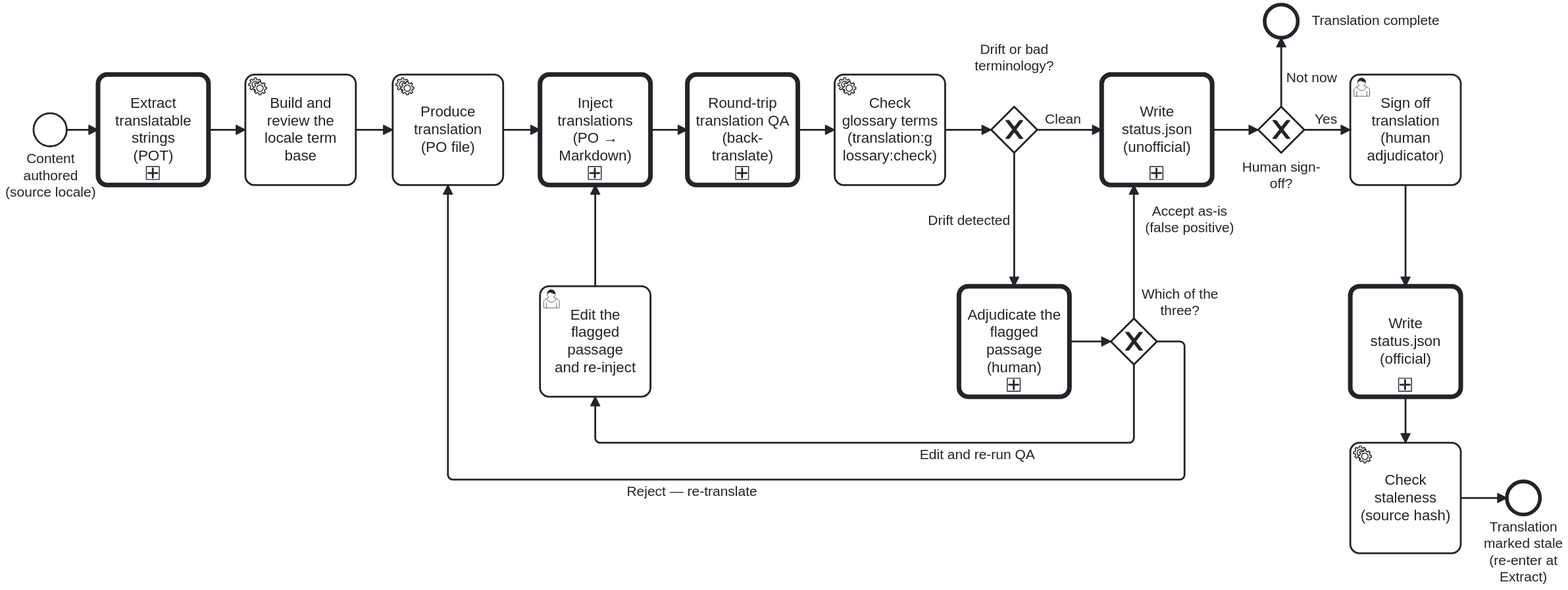
litlfred/cat-harness keeps this BPMN diagram as library/processes/translation-workflow.svg. Above is the earlier version. Its source is kept beside it as library/processes/translation-workflow.bpmn. Ids are renumbered.
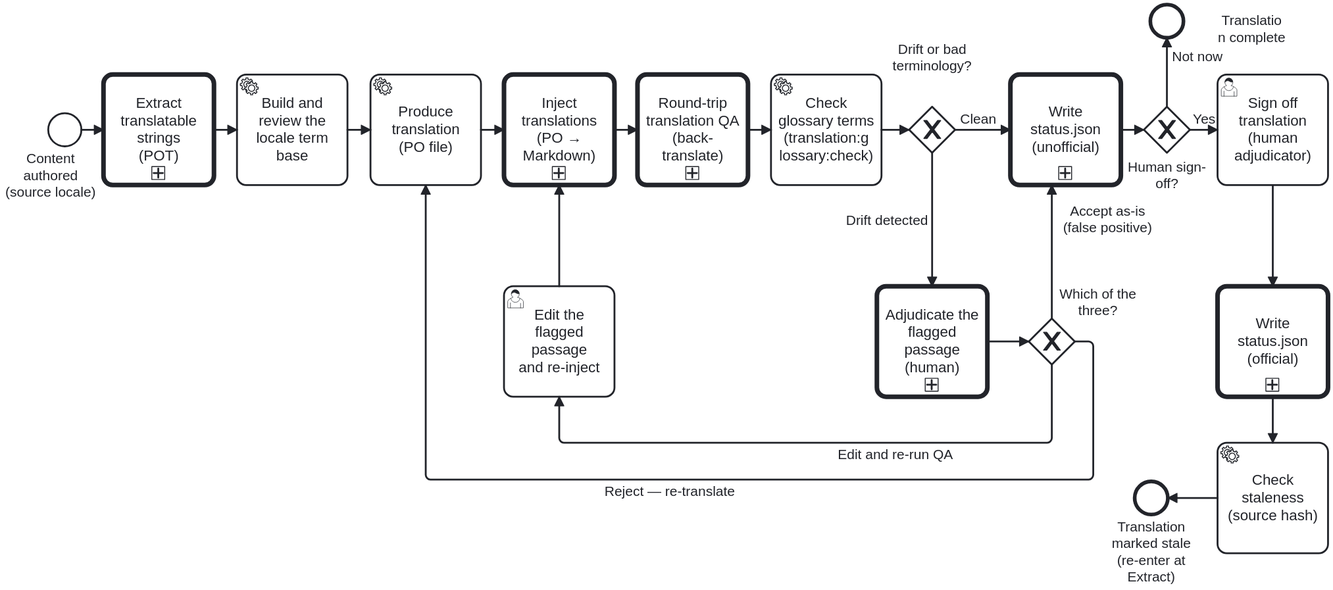
Above is the later version.

Commit message:
fix(processes): bring 4 near-budget BPMN diagrams under 1400 px width (folio-assistant-k6dz)

What changed in the source:
```diff
@@ -274,155 +274,155 @@
     <bpmndi:BPMNPlane id="Plane_Translation" bpmnElement="Process_Translation">
       <bpmndi:BPMNShape id="Start_ContentAuthored_di" bpmnElement="Start_ContentAuthored">
         <dc:Bounds x="160" y="142" width="36" height="36" />
-        <bpmndi:BPMNLabel><dc:Bounds x="128" y="183" width="100" height="36" /></bpmndi:BPMNLabel>
+        <bpmndi:BPMNLabel><dc:Bounds x="112" y="183" width="100" height="36" /></bpmndi:BPMNLabel>
       </bpmndi:BPMNShape>
       <bpmndi:BPMNShape id="Task_PotExtract_di" bpmnElement="Task_PotExtract">
-        <dc:Bounds x="230" y="100" width="120" height="120" />
+        <dc:Bounds x="220" y="100" width="120" height="120" />
       </bpmndi:BPMNShape>
       <bpmndi:BPMNShape id="Task_Translate_di" bpmnElement="Task_Translate">
-        <dc:Bounds x="550" y="100" width="120" height="120" />
+        <dc:Bounds x="510" y="100" width="120" height="120" />
       </bpmndi:BPMNShape>
       <bpmndi:BPMNShape id="Task_PoInject_di" bpmnElement="Task_PoInject">
-        <dc:Bounds x="710" y="100" width="120" height="120" />
+        <dc:Bounds x="655" y="100" width="120" height="120" />
       </bpmndi:BPMNShape>
       <bpmndi:BPMNShape id="Task_RoundTripQA_di" bpmnElement="Task_RoundTripQA">
-        <dc:Bounds x="870" y="100" width="120" height="120" />
+        <dc:Bounds x="800" y="100" width="120" height="120" />
       </bpmndi:BPMNShape>
       <bpmndi:BPMNShape id="Gateway_Drift_di" bpmnElement="Gateway_Drift" isMarkerVisible="true">
-        <dc:Bounds x="1200" y="135" width="50" height="50" />
-        <bpmndi:BPMNLabel><dc:Bounds x="1175" y="64" width="100" height="54" /></bpmndi:BPMNLabel>
+        <dc:Bounds x="1095" y="135" width="50" height="50" />
+        <bpmndi:BPMNLabel><dc:Bounds x="1070" y="64" width="100" height="54" /></bpmndi:BPMNLabel>
       </bpmndi:BPMNShape>
       <bpmndi:BPMNShape id="Task_WriteUnofficial_di" bpmnElement="Task_WriteUnofficial">
-        <dc:Bounds x="1320" y="100" width="120" height="120" />
+        <dc:Bounds x="1205" y="100" width="120" height="120" />
       </bpmndi:BPMNShape>
       <bpmndi:BPMNShape id="Gateway_Signoff_di" bpmnElement="Gateway_Signoff" isMarkerVisible="true">
-        <dc:Bounds x="1490" y="135" width="50" height="50" />
-        <bpmndi:BPMNLabel><dc:Bounds x="1470" y="192" width="90" height="18" /></bpmndi:BPMNLabel>
+        <dc:Bounds x="1350" y="135" width="50" height="50" />
+        <bpmndi:BPMNLabel><dc:Bounds x="1330" y="192" width="90" height="18" /></bpmndi:BPMNLabel>
       </bpmndi:BPMNShape>
       <bpmndi:BPMNShape id="End_TranslationComplete_di" bpmnElement="End_TranslationComplete">
-        <dc:Bounds x="1497" y="24" width="36" height="36" />
-        <bpmndi:BPMNLabel><dc:Bounds x="1542" y="33" width="150" height="18" /></bpmndi:BPMNLabel>
+        <dc:Bounds x="1357" y="24" width="36" height="36" />
+        <bpmndi:BPMNLabel><dc:Bounds x="1402" y="33" width="130" height="18" /></bpmndi:BPMNLabel>
       </bpmndi:BPMNShape>
       <bpmndi:BPMNShape id="Task_Signoff_di" bpmnElement="Task_Signoff">
-        <dc:Bounds x="1590" y="100" width="120" height="120" />
+        <dc:Bounds x="1430" y="100" width="120" height="120" />
       </bpmndi:BPMNShape>
       <bpmndi:BPMNShape id="Task_Adjudicate_di" bpmnElement="Task_Adjudicate">
-        <dc:Bounds x="1165" y="330" width="120" height="120" />
+        <dc:Bounds x="1060" y="330" width="120" height="120" />
       </bpmndi:BPMNShape>
       <bpmndi:BPMNShape id="Gateway_PostQA_di" bpmnElement="Gateway_PostQA" isMarkerVisible="true">
-        <dc:Bounds x="1330" y="365" width="50" height="50" />
-        <bpmndi:BPMNLabel><dc:Bounds x="1365" y="330" width="80" height="36" /></bpmndi:BPMNLabel>
+        <dc:Bounds x="1225" y="365" width="50" height="50" />
+        <bpmndi:BPMNLabel><dc:Bounds x="1260" y="330" width="80" height="36" /></bpmndi:BPMNLabel>
       </bpmndi:BPMNShape>
       <bpmndi:BPMNShape id="Task_EditTranslation_di" bpmnElement="Task_EditTranslation">
-        <dc:Bounds x="710" y="330" width="120" height="120" />
+        <dc:Bounds x="655" y="330" width="120" height="120" />
       </bpmndi:BPMNShape>
       <bpmndi:BPMNShape id="Task_WriteOfficial_di" bpmnElement="Task_WriteOfficial">
-        <dc:Bounds x="1590" y="330" width="120" height="120" />
+        <dc:Bounds x="1430" y="330" width="120" height="120" />
       </bpmndi:BPMNShape>
       <bpmndi:BPMNShape id="Task_StalenessCheck_di" bpmnElement="Task_StalenessCheck">
-        <dc:Bounds x="1590" y="500" width="120" height="120" />
+        <dc:Bounds x="1430" y="500" width="120" height="120" />
       </bpmndi:BPMNShape>
       <bpmndi:BPMNShape id="End_Stale_di" bpmnElement="End_Stale">
-        <dc:Bounds x="1760" y="542" width="36" height="36" />
-        <bpmndi:BPMNLabel><dc:Bounds x="1728" y="583" width="100" height="54" /></bpmndi:BPMNLabel>
+        <dc:Bounds x="1340" y="542" width="36" height="36" />
+        <bpmndi:BPMNLabel><dc:Bounds x="1308" y="583" width="100" height="54" /></bpmndi:BPMNLabel>
       </bpmndi:BPMNShape>
       <bpmndi:BPMNEdge id="Flow_Start_di" bpmnElement="Flow_Start">
         <di:waypoint x="196" y="160" />
-        <di:waypoint x="230" y="160" />
+        <di:waypoint x="220" y="160" />
       </bpmndi:BPMNEdge>
       <bpmndi:BPMNEdge id="Flow_Extract_di" bpmnElement="Flow_Extract">
-        <di:waypoint x="350" y="160" />
-        <di:waypoint x="390" y="160" />
+        <di:waypoint x="340" y="160" />
+        <di:waypoint x="365" y="160" />
       </bpmndi:BPMNEdge>
       <bpmndi:BPMNEdge id="Flow_Translate_di" bpmnElement="Flow_Translate">
-        <di:waypoint x="670" y="160" />
-        <di:waypoint x="710" y="160" />
+        <di:waypoint x="630" y="160" />
+        <di:waypoint x="655" y="160" />
       </bpmndi:BPMNEdge>
       <bpmndi:BPMNEdge id="Flow_Inject_di" bpmnElement="Flow_Inject">
-        <di:waypoint x="830" y="160" />
-        <di:waypoint x="870" y="160" />
+        <di:waypoint x="775" y="160" />
+        <di:waypoint x="800" y="160" />
       </bpmndi:BPMNEdge>
       <bpmndi:BPMNEdge id="Flow_QA_di" bpmnElement="Flow_QA">
-        <di:waypoint x="990" y="160" />
-        <di:waypoint x="1030" y="160" />
+        <di:waypoint x="920" y="160" />
+        <di:waypoint x="945" y="160" />
       </bpmndi:BPMNEdge>
       <bpmndi:BPMNEdge id="Flow_DriftNo_di" bpmnElement="Flow_DriftNo">
-        <di:waypoint x="1250" y="160" />
-        <di:waypoint x="1320" y="160" />
-        <bpmndi:BPMNLabel><dc:Bounds x="1258" y="140" width="40" height="18" /></bpmndi:BPMNLabel>
+        <di:waypoint x="1145" y="160" />
+        <di:waypoint x="1205" y="160" />
+        <bpmndi:BPMNLabel><dc:Bounds x="1150" y="140" width="40" height="18" /></bpmndi:BPMNLabel>
       </bpmndi:BPMNEdge>
       <bpmndi:BPMNEdge id="Flow_DriftYes_di" bpmnElement="Flow_DriftYes">
-        <di:waypoint x="1225" y="185" />
-        <di:waypoint x="1225" y="330" />
-        <bpmndi:BPMNLabel><dc:Bounds x="1132" y="250" width="88" height="18" /></bpmndi:BPMNLabel>
+        <di:waypoint x="1120" y="185" />
+        <di:waypoint x="1120" y="330" />
+        <bpmndi:BPMNLabel><dc:Bounds x="1027" y="250" width="88" height="18" /></bpmndi:BPMNLabel>
       </bpmndi:BPMNEdge>
       <bpmndi:BPMNEdge id="Flow_Adjudicated_di" bpmnElement="Flow_Adjudicated">
-        <di:waypoint x="1285" y="390" />
-        <di:waypoint x="1330" y="390" />
+        <di:waypoint x="1180" y="390" />
+        <di:waypoint x="1225" y="390" />
       </bpmndi:BPMNEdge>
       <bpmndi:BPMNEdge id="Flow_PostQA_Accept_di" bpmnElement="Flow_PostQA_Accept">
-        <di:waypoint x="1355" y="365" />
-        <di:waypoint x="1355" y="220" />
-        <bpmndi:BPMNLabel><dc:Bounds x="1360" y="240" width="110" height="36" /></bpmndi:BPMNLabel>
+        <di:waypoint x="1250" y="365" />
+        <di:waypoint x="1250" y="220" />
+        <bpmndi:BPMNLabel><dc:Bounds x="1255" y="240" width="110" height="36" /></bpmndi:BPMNLabel>
       </bpmndi:BPMNEdge>
       <bpmndi:BPMNEdge id="Flow_PostQA_Edit_di" bpmnElement="Flow_PostQA_Edit">
-        <di:waypoint x="1355" y="415" />
-        <di:waypoint x="1355" y="500" />
-        <di:waypoint x="770" y="500" />
-        <di:waypoint x="770" y="450" />
-        <bpmndi:BPMNLabel><dc:Bounds x="1120" y="504" width="130" height="18" /></bpmndi:BPMNLabel>
+        <di:waypoint x="1250" y="415" />
+        <di:waypoint x="1250" y="500" />
+        <di:waypoint x="715" y="500" />
+        <di:waypoint x="715" y="450" />
+        <bpmndi:BPMNLabel><dc:Bounds x="1015" y="504" width="130" height="18" /></bpmndi:BPMNLabel>
       </bpmndi:BPMNEdge>
       <bpmndi:BPMNEdge id="Flow_Edited_di" bpmnElement="Flow_Edited">
-        <di:waypoint x="770" y="330" />
-        <di:waypoint x="770" y="220" />
+        <di:waypoint x="715" y="330" />
+        <di:waypoint x="715" y="220" />
       </bpmndi:BPMNEdge>
       <bpmndi:BPMNEdge id="Flow_PostQA_Redo_di" bpmnElement="Flow_PostQA_Redo">
-        <di:waypoint x="1380" y="390" />
-        <di:waypoint x="1410" y="390" />
-        <di:waypoint x="1410" y="540" />
-        <di:waypoint x="610" y="540" />
-        <di:waypoint x="610" y="220" />
-        <bpmndi:BPMNLabel><dc:Bounds x="800" y="544" width="150" height="18" /></bpmndi:BPMNLabel>
+        <di:waypoint x="1275" y="390" />
+        <di:waypoint x="1295" y="390" />
+        <di:waypoint x="1295" y="540" />
+        <di:waypoint x="570" y="540" />
+        <di:waypoint x="570" y="220" />
+        <bpmndi:BPMNLabel><dc:Bounds x="760" y="544" width="150" height="18" /></bpmndi:BPMNLabel>
       </bpmndi:BPMNEdge>
       <bpmndi:BPMNEdge id="Flow_Unofficial_di" bpmnElement="Flow_Unofficial">
-        <di:waypoint x="1440" y="160" />
-        <di:waypoint x="1490" y="160" />
+        <di:waypoint x="1325" y="160" />
+        <di:waypoint x="1350" y="160" />
       </bpmndi:BPMNEdge>
       <bpmndi:BPMNEdge id="Flow_SignoffYes_di" bpmnElement="Flow_SignoffYes">
-        <di:waypoint x="1540" y="160" />
-        <di:waypoint x="1590" y="160" />
-        <bpmndi:BPMNLabel><dc:Bounds x="1548" y="140" width="30" height="18" /></bpmndi:BPMNLabel>
+        <di:waypoint x="1400" y="160" />
+        <di:waypoint x="1430" y="160" />
+        <bpmndi:BPMNLabel><dc:Bounds x="1402" y="140" width="26" height="18" /></bpmndi:BPMNLabel>
       </bpmndi:BPMNEdge>
       <bpmndi:BPMNEdge id="Flow_SignoffNo_di" bpmnElement="Flow_SignoffNo">
-        <di:waypoint x="1515" y="135" />
-        <di:waypoint x="1515" y="60" />
-        <bpmndi:BPMNLabel><dc:Bounds x="1520" y="95" width="55" height="18" /></bpmndi:BPMNLabel>
+        <di:waypoint x="1375" y="135" />
+        <di:waypoint x="1375" y="60" />
+        <bpmndi:BPMNLabel><dc:Bounds x="1380" y="72" width="55" height="18" /></bpmndi:BPMNLabel>
       </bpmndi:BPMNEdge>
       <bpmndi:BPMNEdge id="Flow_Signoff_di" bpmnElement="Flow_Signoff">
-        <di:waypoint x="1650" y="220" />
-        <di:waypoint x="1650" y="330" />
+        <di:waypoint x="1490" y="220" />
+        <di:waypoint x="1490" y="330" />
       </bpmndi:BPMNEdge>
       <bpmndi:BPMNEdge id="Flow_Official_di" bpmnElement="Flow_Official">
-        <di:waypoint x="1650" y="450" />
-        <di:waypoint x="1650" y="500" />
+        <di:waypoint x="1490" y="450" />
+        <di:waypoint x="1490" y="500" />
       </bpmndi:BPMNEdge>
       <bpmndi:BPMNEdge id="Flow_Stale_di" bpmnElement="Flow_Stale">
-        <di:waypoint x="1710" y="560" />
-        <di:waypoint x="1760" y="560" />
+        <di:waypoint x="1430" y="560" />
+        <di:waypoint x="1376" y="560" />
       </bpmndi:BPMNEdge>
       <bpmndi:BPMNShape id="Task_TermBase_di" bpmnElement="Task_TermBase">
-        <dc:Bounds x="390" y="100" width="120" height="120" />
+        <dc:Bounds x="365" y="100" width="120" height="120" />
       </bpmndi:BPMNShape>
       <bpmndi:BPMNShape id="Task_GlossaryCheck_di" bpmnElement="Task_GlossaryCheck">
-        <dc:Bounds x="1030" y="100" width="120" height="120" />
+        <dc:Bounds x="945" y="100" width="120" height="120" />
       </bpmndi:BPMNShape>
       <bpmndi:BPMNEdge id="Flow_TermBase_di" bpmnElement="Flow_TermBase">
+        <di:waypoint x="485" y="160" />
         <di:waypoint x="510" y="160" />
-        <di:waypoint x="550" y="160" />
       </bpmndi:BPMNEdge>
       <bpmndi:BPMNEdge id="Flow_GlossaryCheck_di" bpmnElement="Flow_GlossaryCheck">
-        <di:waypoint x="1150" y="160" />
-        <di:waypoint x="1200" y="160" />
+        <di:waypoint x="1065" y="160" />
+        <di:waypoint x="1095" y="160" />
       </bpmndi:BPMNEdge>
     </bpmndi:BPMNPlane>
   </bpmndi:BPMNDiagram>
```
